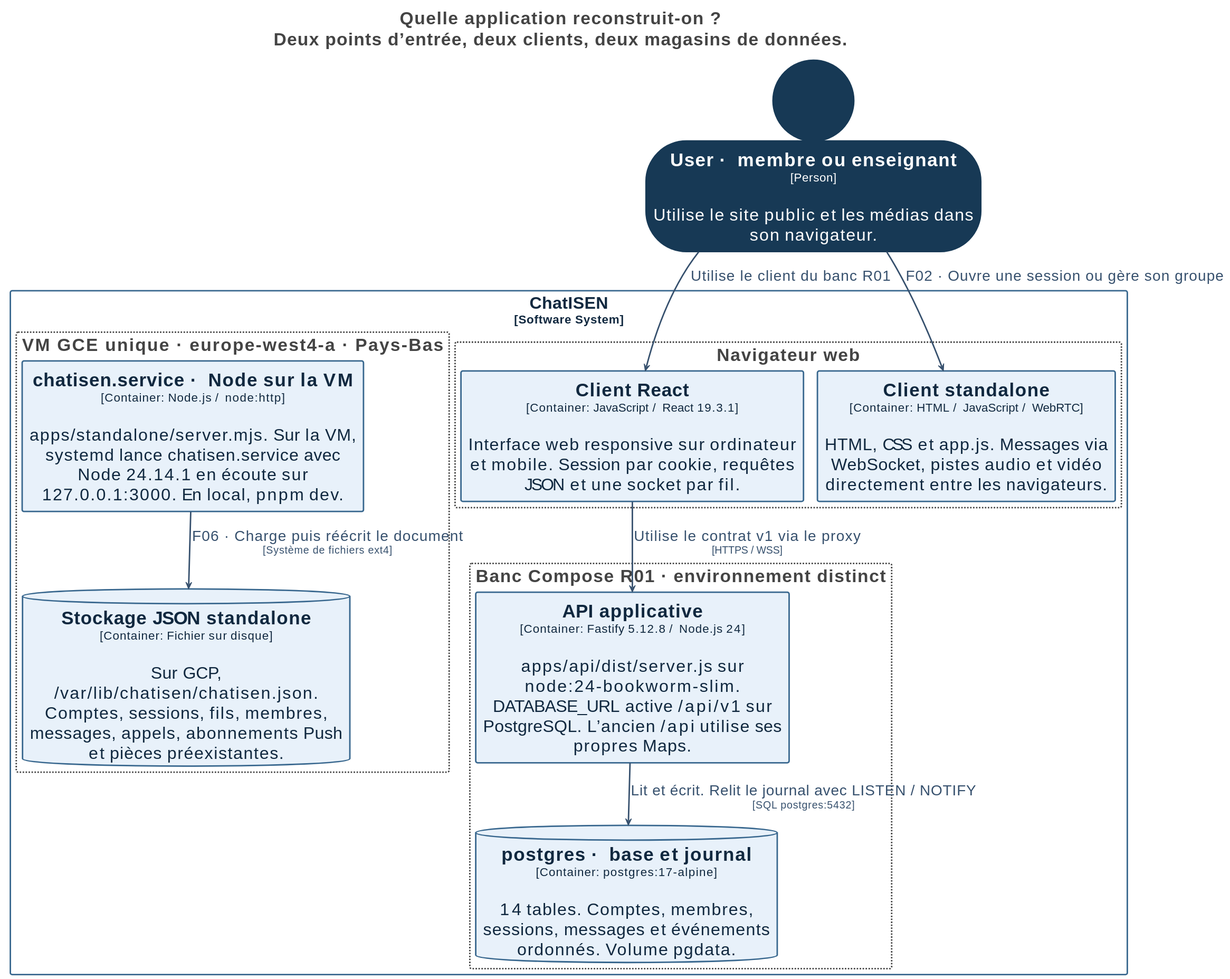
This is docs/architecture/svg/07-profils.svg from Zayonx-0/ChatISEN, a PlantUML export, as it was before one commit.
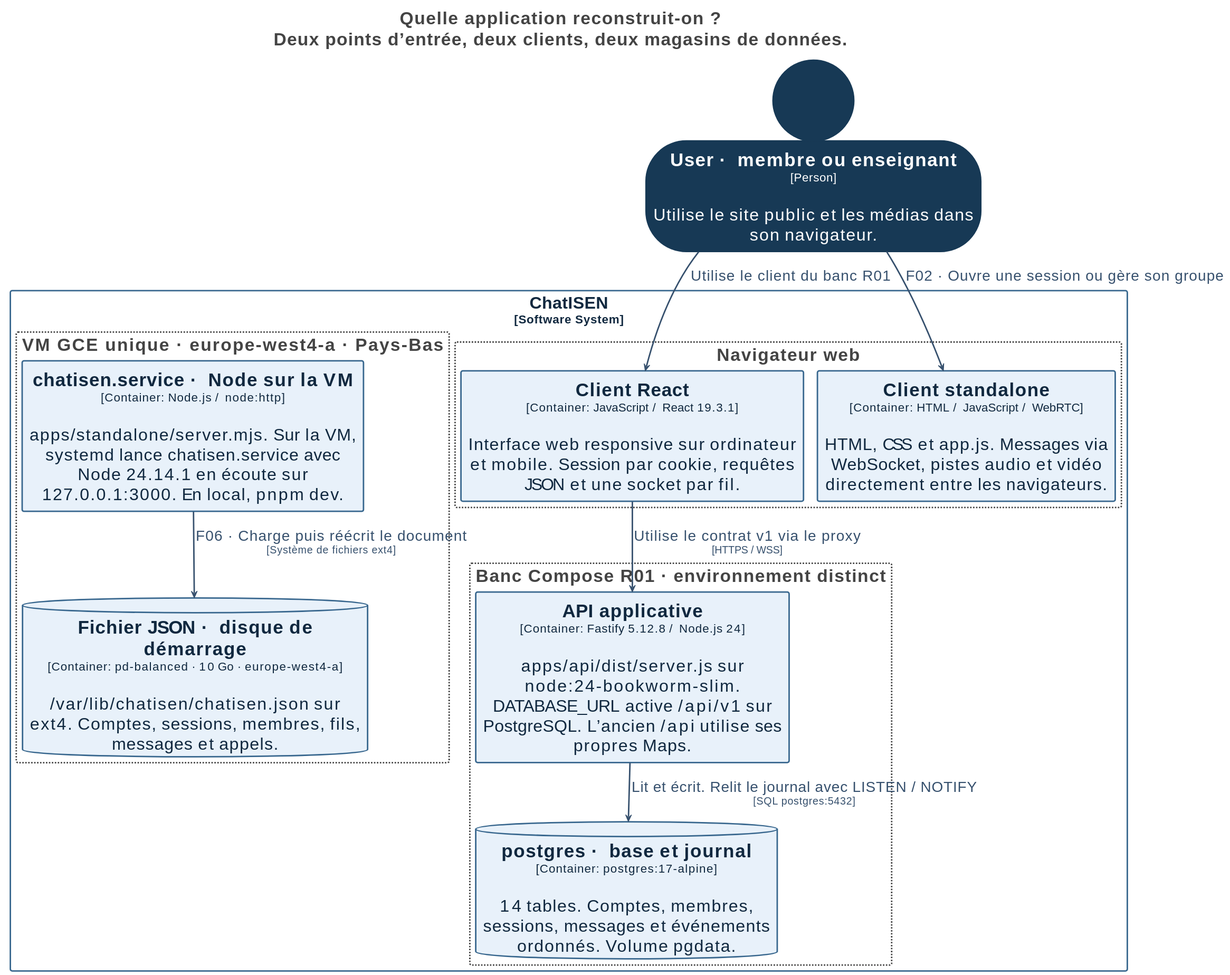
After the change.

What changed in the source:
```diff
@@ -119,14 +119,14 @@
 
   rectangle "VM GCE unique · europe-west4-a · Pays-Bas" <<Group-Vk0gR0NFIHVuaXF1ZSDCtyBldXJvcGUtd2VzdDQtYSDCtyBQYXlzLUJhcw==>> as groupVk0gR0NFIHVuaXF1ZSDCtyBldXJvcGUtd2VzdDQtYSDCtyBQYXlzLUJhcw== {
     rectangle "==chatisen.service · Node sur la VM\n<size:16>[Container: Node.js / node:http]</size>\n\napps/standalone/server.mjs. Sur la VM, systemd lance chatisen.service avec Node 24.14.1 en écoute sur 127.0.0.1:3000. En local, pnpm dev." <<Element-RWxlbWVudA==>> as ChatISEN.chatisenserviceNodesurlaVM
-    database "==Stockage JSON standalone\n<size:16>[Container: Fichier sur disque]</size>\n\nSur GCP, /var/lib/chatisen/chatisen.json. Comptes, sessions, fils, membres, messages, appels, abonnements Push et pièces préexistantes." <<Element-RWxlbWVudCxEYXRhYmFzZQ==>> as ChatISEN.StockageJSONstandalone
+    database "==Fichier JSON · disque de démarrage\n<size:16>[Container: pd-balanced · 10 Go · europe-west4-a]</size>\n\n/var/lib/chatisen/chatisen.json sur ext4. Comptes, sessions, membres, fils, messages et appels." <<Element-RWxlbWVudCxEYXRhYmFzZQ==>> as ChatISEN.FichierJSONdisquededémarrage
   }
 
 }
 
 Usermembreouenseignant --> ChatISEN.Clientstandalone <<Relationship-UmVsYXRpb25zaGlw>> : "F02 · Ouvre une session ou gère son groupe"
 Usermembreouenseignant --> ChatISEN.ClientReact <<Relationship-UmVsYXRpb25zaGlw>> : "Utilise le client du banc R01"
-ChatISEN.chatisenserviceNodesurlaVM --> ChatISEN.StockageJSONstandalone <<Relationship-UmVsYXRpb25zaGlw>> : "F06 · Charge puis réécrit le document\n<size:14>[Système de fichiers ext4]</size>"
+ChatISEN.chatisenserviceNodesurlaVM --> ChatISEN.FichierJSONdisquededémarrage <<Relationship-UmVsYXRpb25zaGlw>> : "F06 · Charge puis réécrit le document\n<size:14>[Système de fichiers ext4]</size>"
 ChatISEN.ClientReact --> ChatISEN.APIapplicative <<Relationship-UmVsYXRpb25zaGlw>> : "Utilise le contrat v1 via le proxy\n<size:14>[HTTPS / WSS]</size>"
 ChatISEN.APIapplicative --> ChatISEN.postgresbaseetjournal <<Relationship-UmVsYXRpb25zaGlw>> : "Lit et écrit. Relit le journal avec LISTEN / NOTIFY\n<size:14>[SQL postgres:5432]</size>"
 @enduml
```
